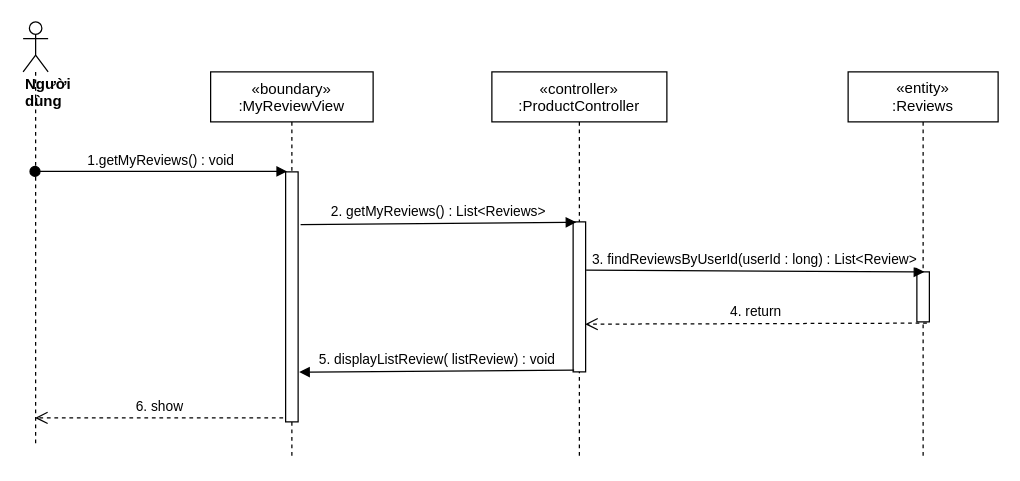
nguyenphamvan/datn_20202 keeps this draw.io diagram as sequence diagram/getMyReview-sequence.drawio. Above is the earlier version. Source tidied: cells renumbered, new cells numbered last; positions are measured from the earlier drawing's top-left corner, leaving out a move shared by most shapes. Both pictures are drawn from the tidied source at 125%, with x=0, y=0 at pixel (22, 21).
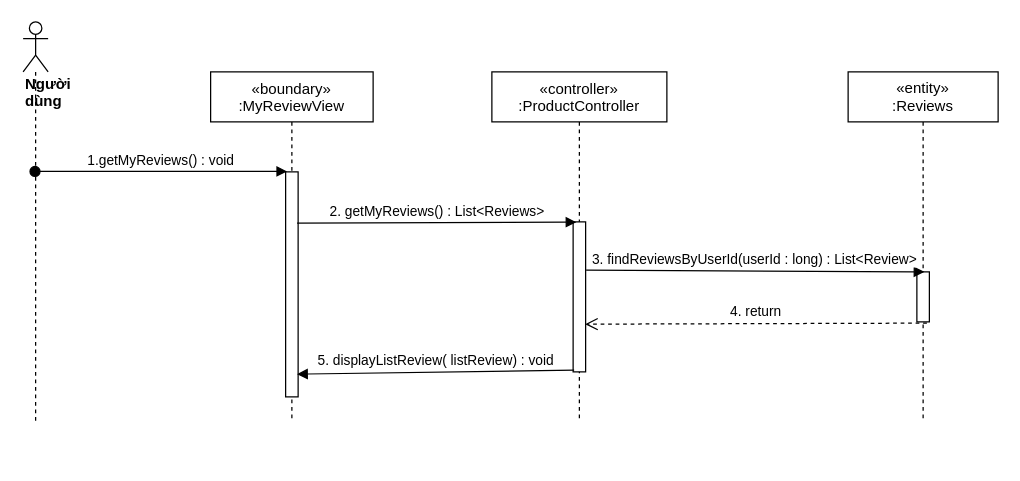
After the change.

The edit, as a diff of the source:
```diff
@@
 <mxGraphModel>
   <root>
     <mxCell id="0" />
     <mxCell id="1" parent="0" />
     <mxCell id="2" value="«boundary»&#10;:MyReviewView" style="shape=umlLifeline;perimeter=lifelinePerimeter;rounded=0;shadow=0;strokeWidth=1;" parent="1" vertex="1">
-      <mxGeometry x="150" y="40" width="130" height="310" as="geometry" />
+      <mxGeometry x="150" y="40" width="130" height="280" as="geometry" />
     </mxCell>
     <mxCell id="3" style="html=1;points=[];perimeter=orthogonalPerimeter;" parent="2" vertex="1">
-      <mxGeometry x="60" y="80" width="10" height="200" as="geometry" />
+      <mxGeometry x="60" y="80" width="10" height="180" as="geometry" />
     </mxCell>
     <mxCell id="4" value="«controller»&#10;:ProductController" style="shape=umlLifeline;perimeter=lifelinePerimeter;rounded=0;shadow=0;strokeWidth=1;size=40;" parent="1" vertex="1">
-      <mxGeometry x="375" y="40" width="140" height="310" as="geometry" />
+      <mxGeometry x="375" y="40" width="140" height="280" as="geometry" />
     </mxCell>
     <mxCell id="5" style="points=[];perimeter=orthogonalPerimeter;rounded=0;shadow=0;strokeWidth=1;" parent="4" vertex="1">
       <mxGeometry x="65" y="120" width="10" height="120" as="geometry" />
     </mxCell>
     <mxCell id="6" value="&lt;div&gt;&lt;b&gt;Người dùng&lt;/b&gt;&lt;/div&gt;" style="shape=umlLifeline;participant=umlActor;perimeter=lifelinePerimeter;whiteSpace=wrap;html=1;verticalAlign=top;spacingTop=36;outlineConnect=0;align=left;" parent="1" vertex="1">
-      <mxGeometry width="20" height="340" as="geometry" />
+      <mxGeometry width="20" height="320" as="geometry" />
     </mxCell>
     <mxCell id="7" value="1.getMyReviews() : void" style="html=1;verticalAlign=bottom;startArrow=oval;startFill=1;endArrow=block;startSize=8;entryX=0.12;entryY=-0.002;entryDx=0;entryDy=0;entryPerimeter=0;" parent="1" edge="1" source="6" target="3">
       <mxGeometry relative="1" as="geometry" />
     </mxCell>
     <mxCell id="8" value="&lt;span&gt;«entity»&lt;br&gt;&lt;/span&gt;:Reviews" style="shape=umlLifeline;perimeter=lifelinePerimeter;whiteSpace=wrap;html=1;" parent="1" vertex="1">
-      <mxGeometry x="660" y="40" width="120" height="310" as="geometry" />
+      <mxGeometry x="660" y="40" width="120" height="280" as="geometry" />
     </mxCell>
     <mxCell id="9" style="points=[];perimeter=orthogonalPerimeter;rounded=0;shadow=0;strokeWidth=1;" parent="8" vertex="1">
       <mxGeometry x="55" y="160" width="10" height="40" as="geometry" />
     </mxCell>
     <mxCell id="10" value="3. findReviewsByUserId(userId : long) : List&amp;lt;Review&amp;gt;" style="html=1;verticalAlign=bottom;endArrow=block;entryX=0.6;entryY=0;entryDx=0;entryDy=0;entryPerimeter=0;exitX=1.04;exitY=0.322;exitDx=0;exitDy=0;exitPerimeter=0;" parent="1" edge="1" source="5" target="9">
       <mxGeometry relative="1" as="geometry" />
     </mxCell>
     <mxCell id="11" value="4. return" style="html=1;verticalAlign=bottom;endArrow=open;dashed=1;endSize=8;exitX=0.8;exitY=1.025;exitDx=0;exitDy=0;exitPerimeter=0;entryX=0.96;entryY=0.682;entryDx=0;entryDy=0;entryPerimeter=0;" parent="1" edge="1" source="9" target="5">
       <mxGeometry relative="1" as="geometry" />
     </mxCell>
-    <mxCell id="12" value="2. getMyReviews() : List&amp;lt;Reviews&amp;gt;" style="html=1;verticalAlign=bottom;endArrow=block;entryX=0.26;entryY=0.002;entryDx=0;entryDy=0;entryPerimeter=0;exitX=1.2;exitY=0.211;exitDx=0;exitDy=0;exitPerimeter=0;" parent="1" edge="1" source="3" target="5">
+    <mxCell id="12" value="2. getMyReviews() : List&amp;lt;Reviews&amp;gt;" style="html=1;verticalAlign=bottom;endArrow=block;entryX=0.26;entryY=0.002;entryDx=0;entryDy=0;entryPerimeter=0;exitX=0.92;exitY=0.228;exitDx=0;exitDy=0;exitPerimeter=0;" parent="1" edge="1" source="3" target="5">
       <mxGeometry relative="1" as="geometry" />
     </mxCell>
-    <mxCell id="13" value="6. show" style="html=1;verticalAlign=bottom;endArrow=open;dashed=1;endSize=8;exitX=-0.2;exitY=0.984;exitDx=0;exitDy=0;exitPerimeter=0;" parent="1" edge="1" source="3" target="6">
-      <mxGeometry relative="1" as="geometry" />
-    </mxCell>
-    <mxCell id="14" value="5. displayListReview( listReview) : void" style="html=1;verticalAlign=bottom;endArrow=block;exitX=0.08;exitY=0.988;exitDx=0;exitDy=0;exitPerimeter=0;entryX=1.08;entryY=0.801;entryDx=0;entryDy=0;entryPerimeter=0;" parent="1" edge="1" source="5" target="3">
+    <mxCell id="14" value="5. displayListReview( listReview) : void" style="html=1;verticalAlign=bottom;endArrow=block;exitX=0.08;exitY=0.988;exitDx=0;exitDy=0;exitPerimeter=0;entryX=0.92;entryY=0.899;entryDx=0;entryDy=0;entryPerimeter=0;" parent="1" edge="1" source="5" target="3">
       <mxGeometry relative="1" as="geometry" />
     </mxCell>
   </root>
 </mxGraphModel>
```
